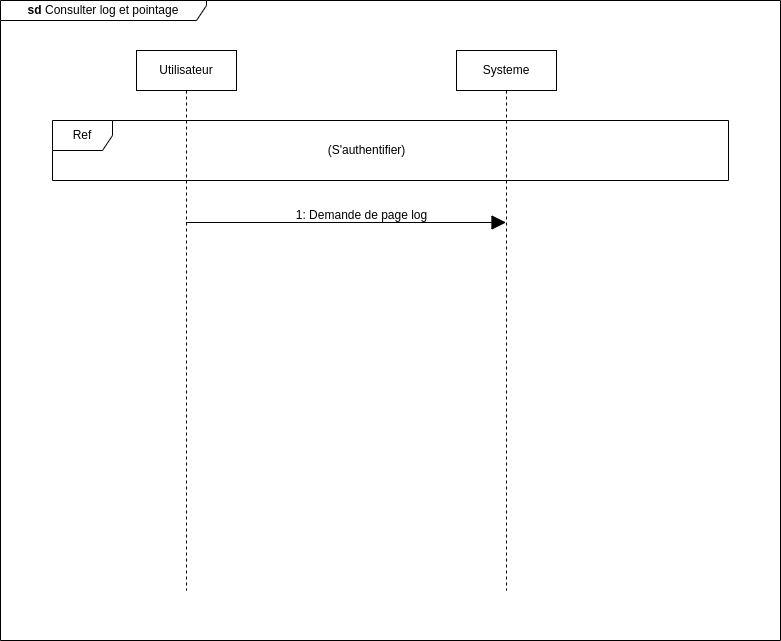
The draw.io diagram static/Diagramme de sequence consulter log et rapport .drawio.png in Siluearsene/borne_biometrique, before a commit. Source tidied: cells renumbered, new cells last; positions are measured from the earlier drawing's top-left corner, leaving out a move shared by most shapes. The source it was exported from:
```xml
<mxGraphModel>
  <root>
    <mxCell id="0" />
    <mxCell id="1" parent="0" />
    <mxCell id="2" value="&lt;b&gt;sd&lt;/b&gt;&amp;nbsp;Consulter log et pointage" style="shape=umlFrame;whiteSpace=wrap;html=1;width=206;height=20;rounded=0;" parent="1" vertex="1">
      <mxGeometry width="780" height="640" as="geometry" />
    </mxCell>
    <mxCell id="3" value="Utilisateur" style="shape=umlLifeline;perimeter=lifelinePerimeter;whiteSpace=wrap;html=1;newEdgeStyle={&quot;edgeStyle&quot;:&quot;elbowEdgeStyle&quot;,&quot;elbow&quot;:&quot;vertical&quot;,&quot;curved&quot;:0,&quot;rounded&quot;:0};rounded=0;" parent="1" vertex="1">
      <mxGeometry x="136" y="50" width="100" height="540" as="geometry" />
    </mxCell>
    <mxCell id="4" value="Systeme" style="shape=umlLifeline;perimeter=lifelinePerimeter;whiteSpace=wrap;html=1;newEdgeStyle={&quot;edgeStyle&quot;:&quot;elbowEdgeStyle&quot;,&quot;elbow&quot;:&quot;vertical&quot;,&quot;curved&quot;:0,&quot;rounded&quot;:0};rounded=0;" parent="1" vertex="1">
      <mxGeometry x="456" y="50" width="100" height="540" as="geometry" />
    </mxCell>
    <mxCell id="5" value="Ref" style="shape=umlFrame;whiteSpace=wrap;html=1;" parent="1" vertex="1">
      <mxGeometry x="52" y="120" width="676" height="60" as="geometry" />
    </mxCell>
    <mxCell id="6" value="(S'authentifier)" style="text;html=1;align=center;verticalAlign=middle;strokeColor=none;fillColor=none;" parent="1" vertex="1">
      <mxGeometry x="316" y="135" width="100" height="30" as="geometry" />
    </mxCell>
    <mxCell id="7" style="endArrow=block;endFill=1;endSize=12;html=1;rounded=0;" parent="1" edge="1">
      <mxGeometry relative="1" as="geometry">
        <mxPoint x="185.5" y="222" as="sourcePoint" />
        <mxPoint x="505.5" y="222" as="targetPoint" />
      </mxGeometry>
    </mxCell>
    <mxCell id="8" value="1: Demande de page log" style="text;html=1;align=center;verticalAlign=middle;strokeColor=none;fillColor=none;rounded=0;" parent="1" vertex="1">
      <mxGeometry x="286" y="200" width="150" height="30" as="geometry" />
    </mxCell>
  </root>
</mxGraphModel>
```
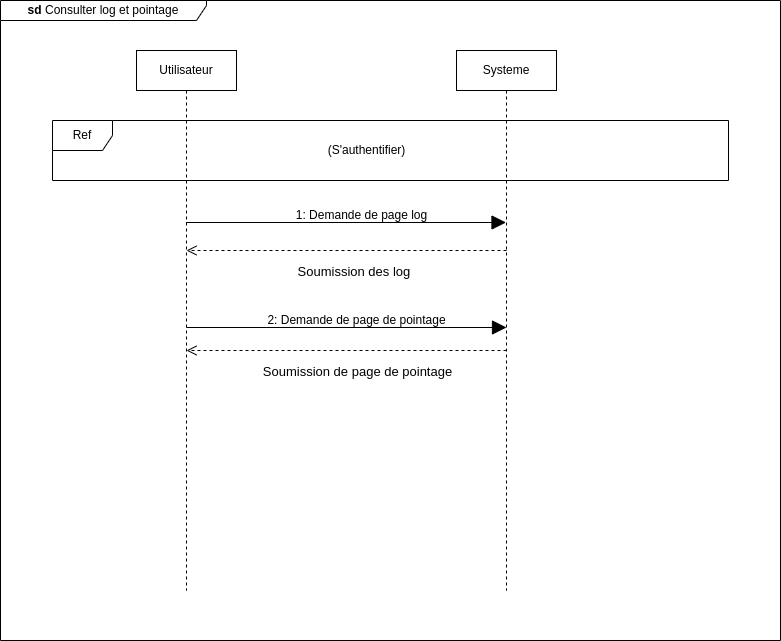
Above is the later version.

Commit message:
Mettre à jour Diagramme de sequence consulter log et rapport .drawio.png

Diff of the diagram source:
```diff
@@ -26,5 +26,42 @@
     <mxCell id="8" value="1: Demande de page log" style="text;html=1;align=center;verticalAlign=middle;strokeColor=none;fillColor=none;rounded=0;" parent="1" vertex="1">
       <mxGeometry x="286" y="200" width="150" height="30" as="geometry" />
     </mxCell>
+    <mxCell id="9" style="html=1;verticalAlign=bottom;endArrow=open;dashed=1;endSize=8;edgeStyle=elbowEdgeStyle;elbow=vertical;curved=0;rounded=0;" parent="1" edge="1">
+      <mxGeometry relative="1" as="geometry">
+        <mxPoint x="506" y="250" as="sourcePoint" />
+        <mxPoint x="186" y="250" as="targetPoint" />
+        <Array as="points">
+          <mxPoint x="342.5" y="250" />
+        </Array>
+      </mxGeometry>
+    </mxCell>
+    <mxCell id="10" value="&lt;font style=&quot;font-size: 13px;&quot;&gt;Soumission des log&amp;nbsp;&amp;nbsp;&lt;/font&gt;" style="edgeLabel;html=1;align=center;verticalAlign=middle;rounded=0;" parent="9" vertex="1">
+      <mxGeometry x="0.12" y="1" relative="1" as="geometry">
+        <mxPoint x="29" y="19" as="offset" />
+      </mxGeometry>
+    </mxCell>
+    <mxCell id="11" style="endArrow=block;endFill=1;endSize=12;html=1;rounded=0;" parent="1" edge="1">
+      <mxGeometry relative="1" as="geometry">
+        <mxPoint x="186" y="327" as="sourcePoint" />
+        <mxPoint x="506" y="327" as="targetPoint" />
+      </mxGeometry>
+    </mxCell>
+    <mxCell id="12" value="2: Demande de page de pointage" style="text;html=1;align=center;verticalAlign=middle;strokeColor=none;fillColor=none;rounded=0;" parent="1" vertex="1">
+      <mxGeometry x="256" y="305" width="200" height="30" as="geometry" />
+    </mxCell>
+    <mxCell id="13" style="html=1;verticalAlign=bottom;endArrow=open;dashed=1;endSize=8;edgeStyle=elbowEdgeStyle;elbow=vertical;curved=0;rounded=0;" parent="1" edge="1">
+      <mxGeometry relative="1" as="geometry">
+        <mxPoint x="506" y="350" as="sourcePoint" />
+        <mxPoint x="186" y="350" as="targetPoint" />
+        <Array as="points">
+          <mxPoint x="342.5" y="350" />
+        </Array>
+      </mxGeometry>
+    </mxCell>
+    <mxCell id="14" value="&lt;span style=&quot;font-size: 13px;&quot;&gt;Soumission de page de pointage&lt;/span&gt;" style="edgeLabel;html=1;align=center;verticalAlign=middle;rounded=0;" parent="13" vertex="1">
+      <mxGeometry x="0.12" y="1" relative="1" as="geometry">
+        <mxPoint x="29" y="19" as="offset" />
+      </mxGeometry>
+    </mxCell>
   </root>
 </mxGraphModel>
```
